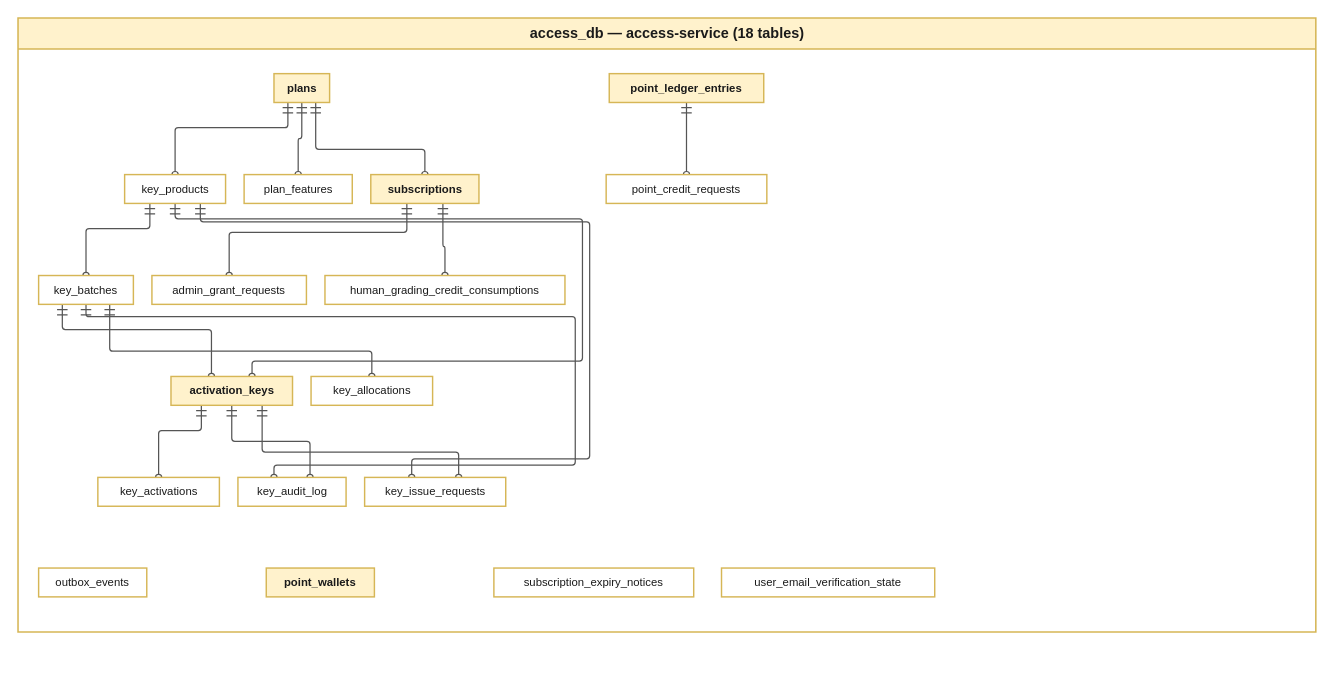
Before: report-4-software-design-specification/diagrams/erd/er-all-access.drawio in IeltsPath-Platform/report, a draw.io diagram. Source tidied: cells renumbered, new cells numbered last; positions are measured from the earlier drawing's top-left corner, leaving out a move shared by most shapes. Both pictures are drawn from the tidied source at 103%, with x=0, y=0 at pixel (18, 18).
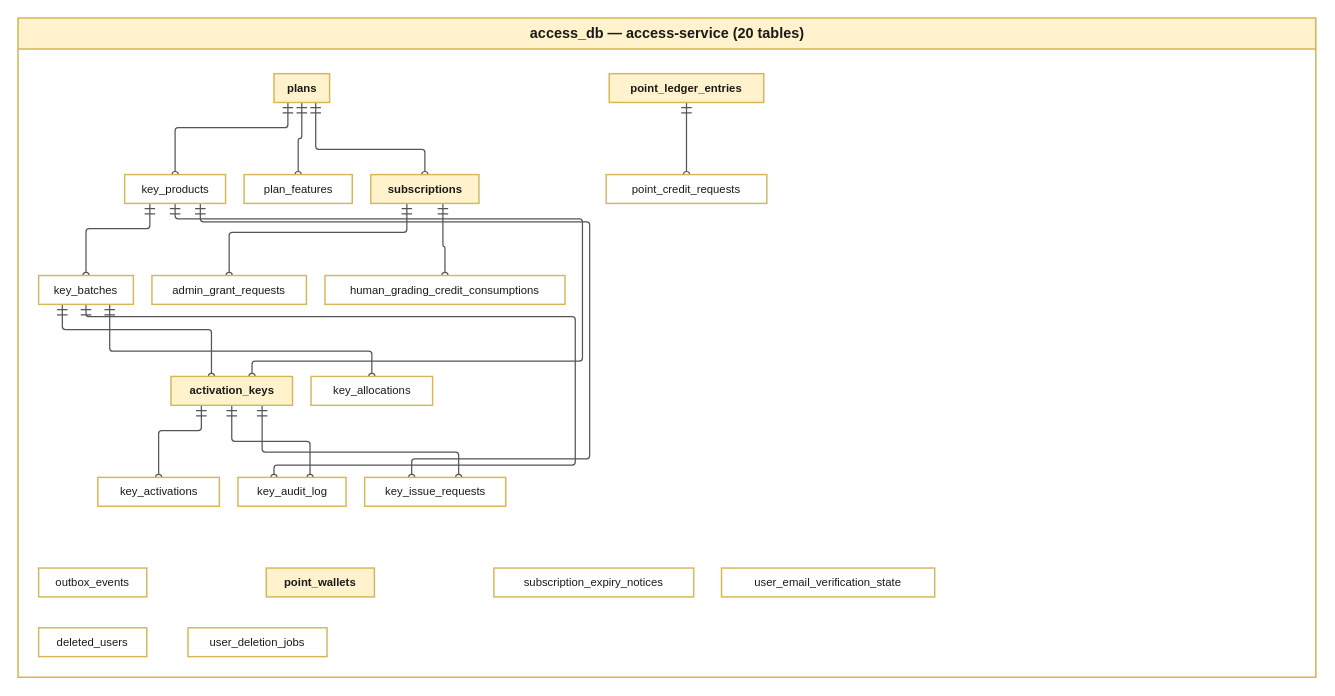
After the change.

What changed in the source:
```diff
@@
-    <mxCell id="2" value="access_db — access-service (18 tables)" style="swimlane;startSize=30;fontSize=14;fontStyle=1;fontFamily=Helvetica;fontColor=#1a1a1a;fillColor=#fff2cc;strokeColor=#d6b656;swimlaneFillColor=#ffffff;strokeWidth=1.5;html=1;" parent="1" vertex="1">
-      <mxGeometry width="1260" height="596" as="geometry" />
+    <mxCell id="2" value="access_db — access-service (20 tables)" style="swimlane;startSize=30;fontSize=14;fontStyle=1;fontFamily=Helvetica;fontColor=#1a1a1a;fillColor=#fff2cc;strokeColor=#d6b656;swimlaneFillColor=#ffffff;strokeWidth=1.5;html=1;" parent="1" vertex="1">
+      <mxGeometry width="1260" height="640" as="geometry" />
     </mxCell>
@@
+    <mxCell id="36" value="deleted_users" style="rounded=0;html=1;whiteSpace=wrap;fontSize=11;fontFamily=Helvetica;fontColor=#1a1a1a;fillColor=#ffffff;strokeColor=#d6b656;strokeWidth=1.4;fontStyle=0;" parent="1" vertex="1">
+      <mxGeometry x="20" y="592" width="105" height="28" as="geometry" />
+    </mxCell>
+    <mxCell id="37" value="user_deletion_jobs" style="rounded=0;html=1;whiteSpace=wrap;fontSize=11;fontFamily=Helvetica;fontColor=#1a1a1a;fillColor=#ffffff;strokeColor=#d6b656;strokeWidth=1.4;fontStyle=0;" parent="1" vertex="1">
+      <mxGeometry x="165" y="592" width="135" height="28" as="geometry" />
+    </mxCell>
```
